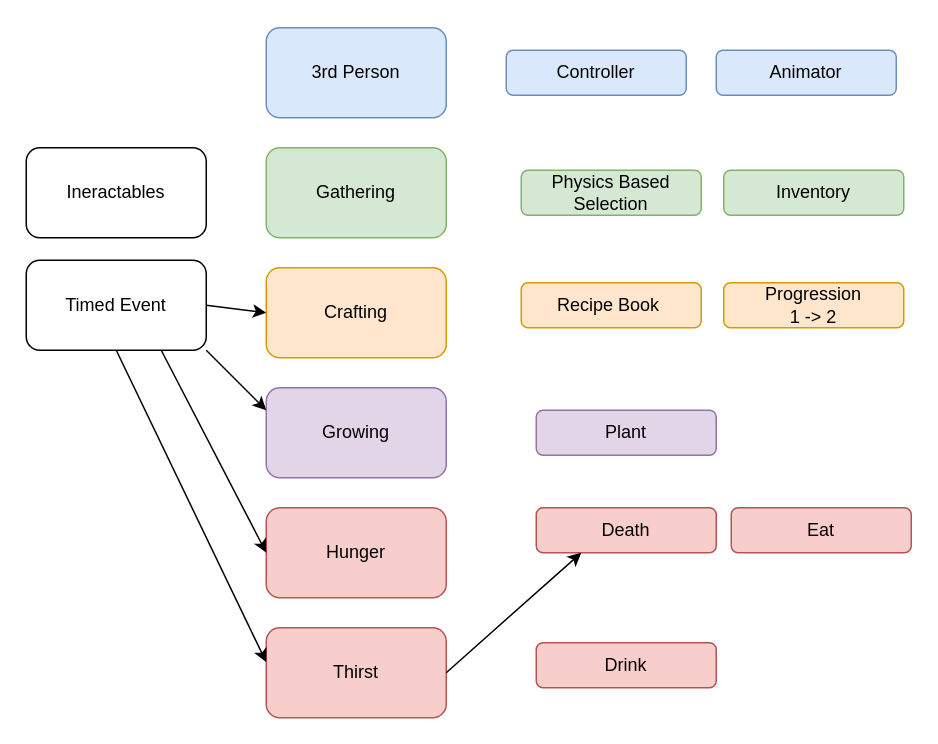
The draw.io diagram page "Systems" (1 of 4) of stranded-design.drawio in ashleygotch/stranded, before the edit. Source tidied: cells renumbered, new cells numbered last; positions are measured from the earlier drawing's top-left corner, leaving out a move shared by most shapes. Both pictures are drawn from the tidied source at 150%, with x=0, y=0 at pixel (26, 27).
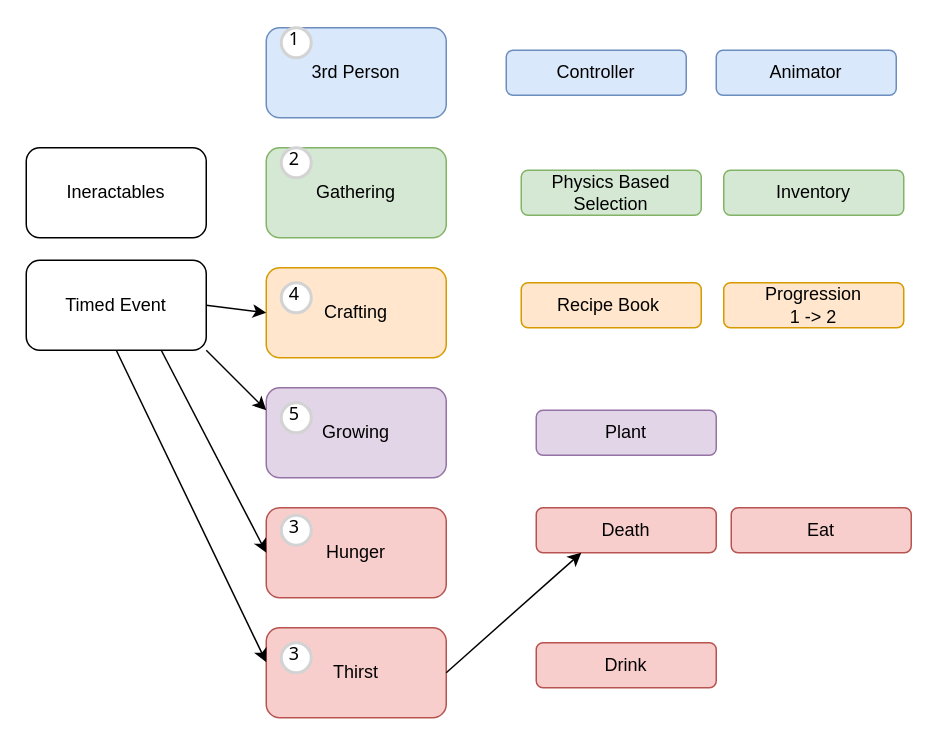
The same page after the edit.

Change to the diagram source:
```diff
@@
+    <mxCell id="25" value="1" style="ellipse;whiteSpace=wrap;html=1;strokeWidth=2;fontFamily=Tahoma;spacingBottom=4;spacingRight=2;strokeColor=#d3d3d3;" parent="1" vertex="1">
+      <mxGeometry x="170" width="20" height="20" as="geometry" />
+    </mxCell>
+    <mxCell id="26" value="2" style="ellipse;whiteSpace=wrap;html=1;strokeWidth=2;fontFamily=Tahoma;spacingBottom=4;spacingRight=2;strokeColor=#d3d3d3;" parent="1" vertex="1">
+      <mxGeometry x="170" y="80" width="20" height="20" as="geometry" />
+    </mxCell>
+    <mxCell id="27" value="3" style="ellipse;whiteSpace=wrap;html=1;strokeWidth=2;fontFamily=Tahoma;spacingBottom=4;spacingRight=2;strokeColor=#d3d3d3;" parent="1" vertex="1">
+      <mxGeometry x="170" y="325" width="20" height="20" as="geometry" />
+    </mxCell>
+    <mxCell id="28" value="3" style="ellipse;whiteSpace=wrap;html=1;strokeWidth=2;fontFamily=Tahoma;spacingBottom=4;spacingRight=2;strokeColor=#d3d3d3;" parent="1" vertex="1">
+      <mxGeometry x="170" y="410" width="20" height="20" as="geometry" />
+    </mxCell>
+    <mxCell id="29" value="4" style="ellipse;whiteSpace=wrap;html=1;strokeWidth=2;fontFamily=Tahoma;spacingBottom=4;spacingRight=2;strokeColor=#d3d3d3;" parent="1" vertex="1">
+      <mxGeometry x="170" y="170" width="20" height="20" as="geometry" />
+    </mxCell>
+    <mxCell id="30" value="5" style="ellipse;whiteSpace=wrap;html=1;strokeWidth=2;fontFamily=Tahoma;spacingBottom=4;spacingRight=2;strokeColor=#d3d3d3;" parent="1" vertex="1">
+      <mxGeometry x="170" y="250" width="20" height="20" as="geometry" />
+    </mxCell>
```
